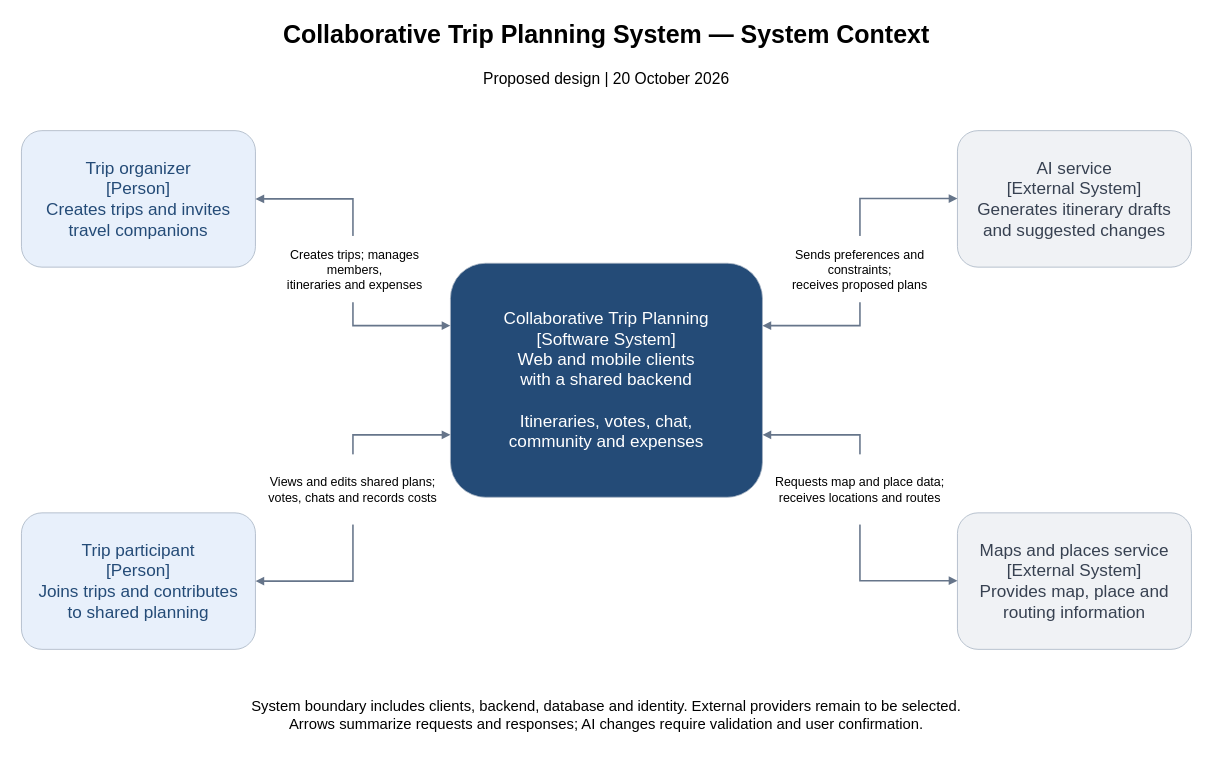
The draw.io diagram diagrams/system-context.drawio in yer455yl/collaborative-trip-planning, before the edit. Source tidied: cells renumbered, new cells numbered last; positions are measured from the earlier drawing's top-left corner, leaving out a move shared by most shapes. Both pictures are drawn from the tidied source at 78%, with x=0, y=0 at pixel (13, 13).
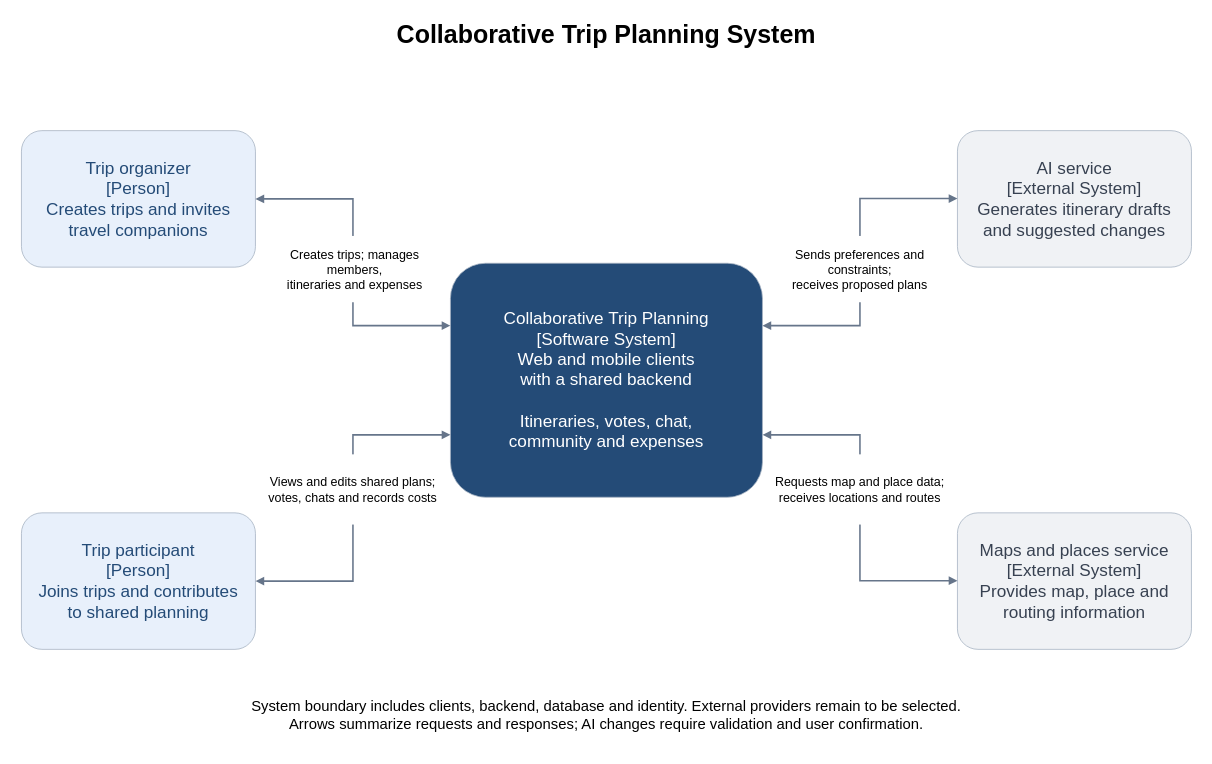
The same diagram, later.

Commit message (it also covers changes not shown here):
Remove context diagram subtitle and date

Diff of the diagram source:
```diff
@@
-    <mxCell id="2" value="Collaborative Trip Planning System — System Context" style="text;html=0;align=center;fontSize=32;fontStyle=1;" parent="1" vertex="1">
+    <mxCell id="2" value="Collaborative Trip Planning System" style="text;html=0;align=center;fontSize=32;fontStyle=1;" parent="1" vertex="1">
       <mxGeometry width="1520" height="60" as="geometry" />
     </mxCell>
-    <mxCell id="3" value="Proposed design | 20 October 2026" style="text;html=0;align=center;fontSize=20;" parent="1" vertex="1">
-      <mxGeometry y="65" width="1520" height="40" as="geometry" />
-    </mxCell>
```
